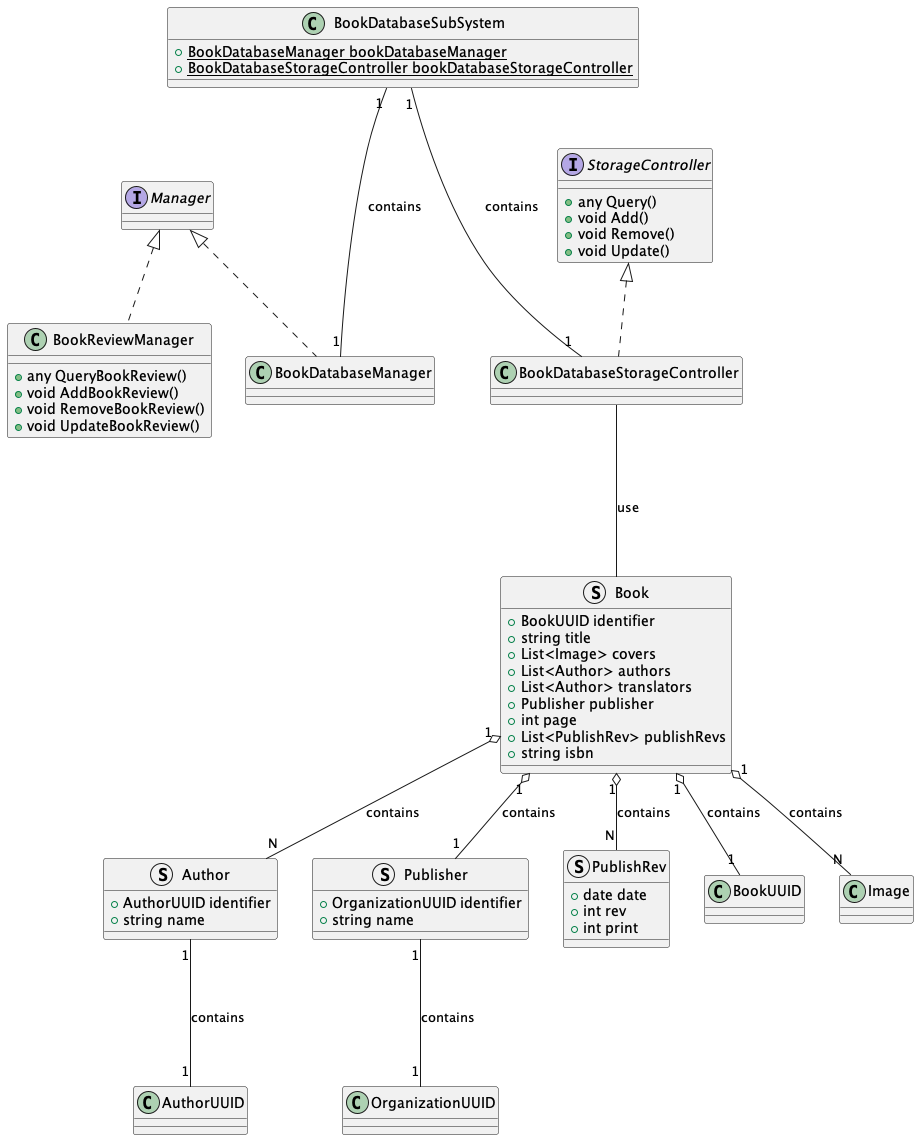
The PlantUML diagram rendered/BookDatabase.png in ShapeLayer/se-lecture-task__project-structure-definitions, before a commit.
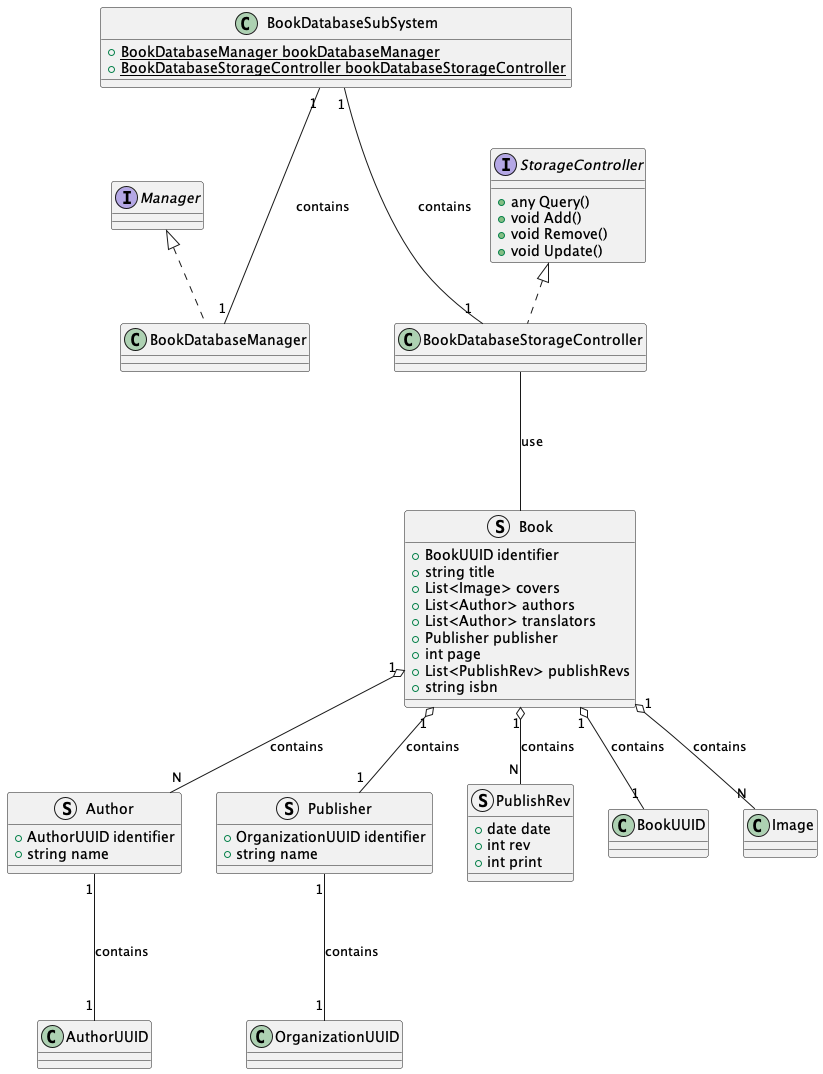
After the commit.

What changed in the source:
```diff
@@ -5,13 +5,6 @@
     + void Add()
     + void Remove()
     + void Update()
-}
-
-class BookReviewManager implements Manager {
-    + any QueryBookReview()
-    + void AddBookReview()
-    + void RemoveBookReview()
-    + void UpdateBookReview()
 }
 
 struct Author {
```
